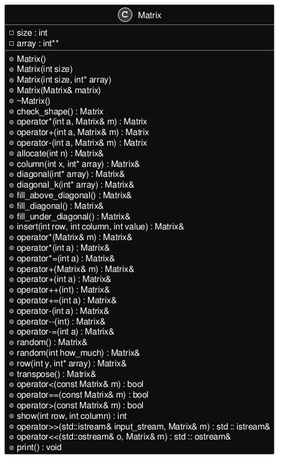
Before: inline_umlgraph_1.png, a diagram exported from PlantUML (MaciejWojs/Matrix).
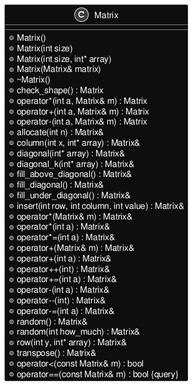
The same file after the commit.

What changed in the source:
```diff
@@ -3,8 +3,6 @@
 skinparam backgroundColor transparent
 
 class Matrix {
--size : int
--array : int**
 +Matrix()
 +Matrix(int size)
 +Matrix(int size, int* array)
@@ -37,12 +35,7 @@
 +row(int y, int* array) : Matrix&
 +transpose() : Matrix&
 +operator<(const Matrix& m) : bool
-+operator==(const Matrix& m) : bool
-+operator>(const Matrix& m) : bool
-+show(int row, int column) : int
-+operator>>(std::istream& input_stream, Matrix& m) : std :: istream&
-+operator<<(std::ostream& o, Matrix& m) : std :: ostream&
-+print() : void
++operator==(const Matrix& m) : bool {query}
 
 }
 @enduml
```
